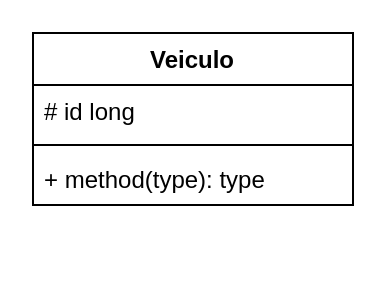
Earlier version of the draw.io diagram Diagrama sem nome.drawio (gabrielruizmb/estacionamento-api). Source tidied: cells renumbered, new cells numbered last; positions are measured from the earlier drawing's top-left corner, leaving out a move shared by most shapes. Both pictures are drawn from the tidied source at 200%, with x=0, y=0 at pixel (32, 32).
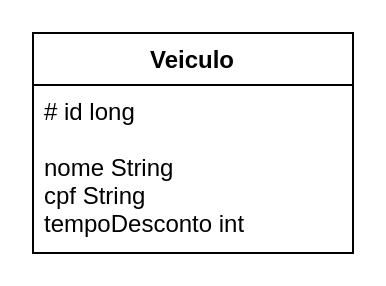
The same page after the edit.

What changed in the source:
```diff
@@
 <mxGraphModel>
   <root>
     <mxCell id="0" />
     <mxCell id="1" parent="0" />
     <mxCell id="2" value="Veiculo" style="swimlane;fontStyle=1;align=center;verticalAlign=top;horizontal=1;startSize=26;" parent="1" vertex="1">
-      <mxGeometry width="160" height="86" as="geometry" />
+      <mxGeometry width="160" height="110" as="geometry" />
     </mxCell>
-    <mxCell id="3" value="# id long" style="text;strokeColor=none;fillColor=none;align=left;verticalAlign=top;spacingLeft=4;spacingRight=4;overflow=hidden;" parent="2" vertex="1">
-      <mxGeometry y="26" width="160" height="26" as="geometry" />
+    <mxCell id="3" value="# id long&#10;&#10;nome String&#10;cpf String&#10;tempoDesconto int" style="text;strokeColor=none;fillColor=none;align=left;verticalAlign=top;spacingLeft=4;spacingRight=4;overflow=hidden;" parent="2" vertex="1">
+      <mxGeometry y="26" width="160" height="84" as="geometry" />
     </mxCell>
-    <mxCell id="4" style="line;strokeWidth=1;fillColor=none;align=left;verticalAlign=middle;spacingTop=-1;spacingLeft=3;spacingRight=3;labelPosition=right;strokeColor=inherit;" parent="2" vertex="1">
-      <mxGeometry y="52" width="160" height="8" as="geometry" />
-    </mxCell>
-    <mxCell id="5" value="+ method(type): type" style="text;strokeColor=none;fillColor=none;align=left;verticalAlign=top;spacingLeft=4;spacingRight=4;overflow=hidden;" parent="2" vertex="1">
-      <mxGeometry y="60" width="160" height="26" as="geometry" />
-    </mxCell>
   </root>
 </mxGraphModel>
```
